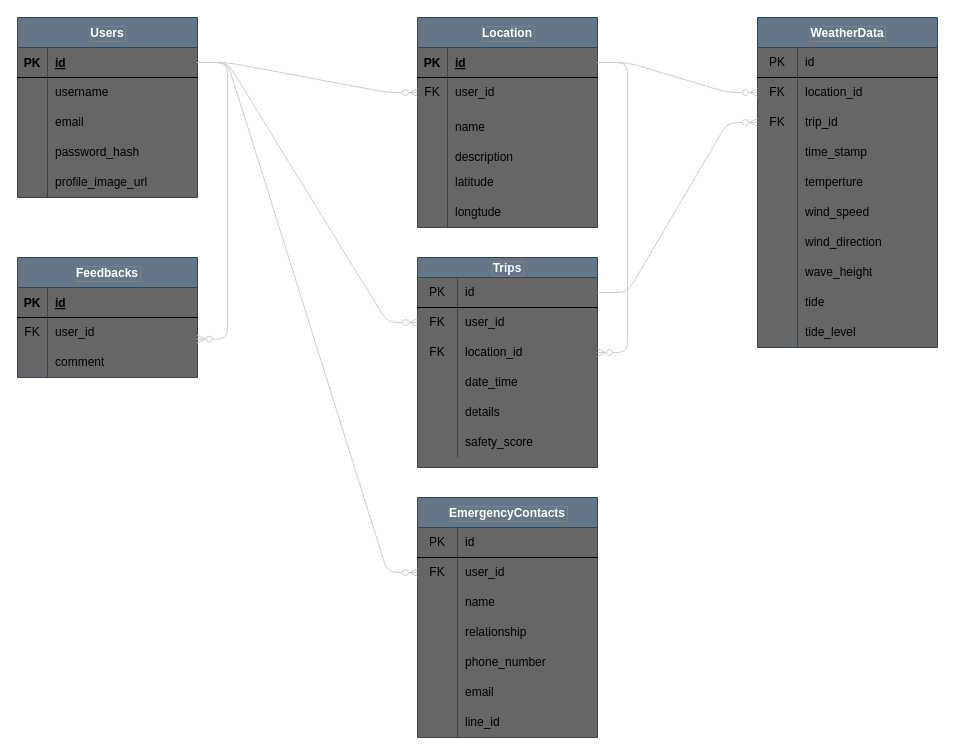
The draw.io diagram 開発設計書/DB/ER.drawio in ragna1123/safety_kayak_fishing_documents, before the edit. Source tidied: cells renumbered, new cells numbered last; positions are measured from the earlier drawing's top-left corner, leaving out a move shared by most shapes. Both pictures are drawn from the tidied source at 100%, with x=0, y=0 at pixel (17, 17).
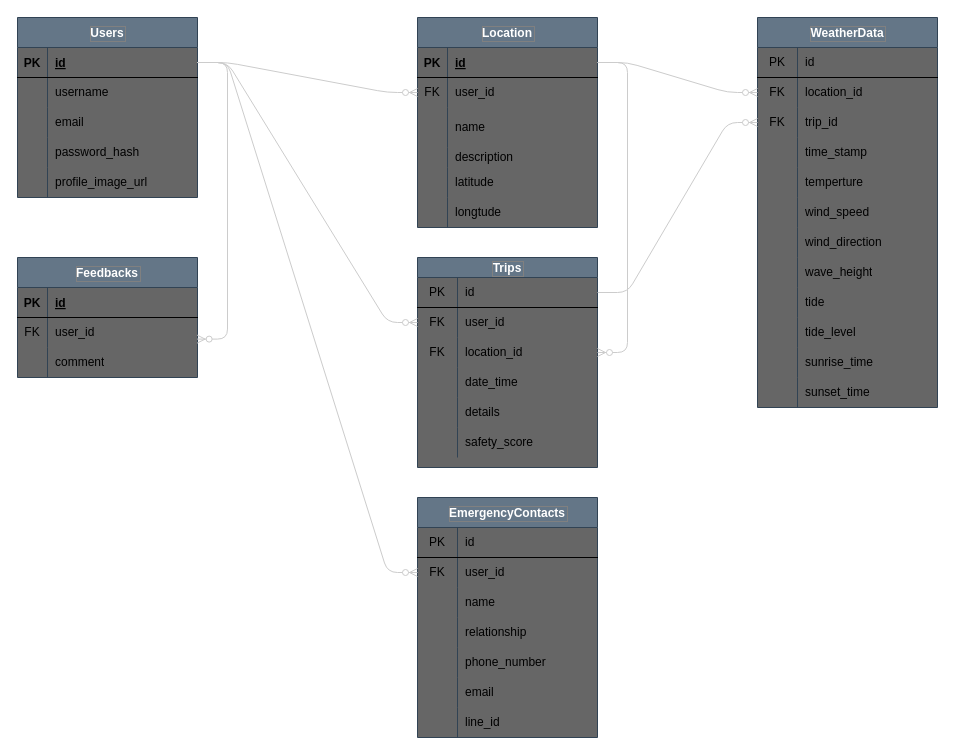
After the change.

The edit, as a diff of the source:
```diff
@@
     <mxCell id="93" value="WeatherData" style="shape=table;startSize=30;childLayout=tableLayout;rowLines=0;fontStyle=1;labelBackgroundColor=none;fillColor=#647687;strokeColor=#314354;fontColor=#FFFFFF;swimlaneFillColor=#666666;labelBorderColor=#808080;" parent="1" vertex="1">
-      <mxGeometry x="740" width="180" height="330" as="geometry" />
+      <mxGeometry x="740" width="180" height="390" as="geometry" />
     </mxCell>
@@
+    <mxCell id="126" style="shape=tableRow;horizontal=0;startSize=0;swimlaneHead=0;swimlaneBody=0;top=0;left=0;bottom=0;right=0;fillColor=none;" parent="93" vertex="1">
+      <mxGeometry y="330" width="180" height="30" as="geometry" />
+    </mxCell>
+    <mxCell id="127" style="shape=partialRectangle;html=1;whiteSpace=wrap;fillColor=none;top=0;left=0;bottom=0;right=0;overflow=hidden;" parent="126" vertex="1">
+      <mxGeometry width="40" height="30" as="geometry" />
+    </mxCell>
+    <mxCell id="128" value="sunrise_time" style="shape=partialRectangle;html=1;whiteSpace=wrap;fillColor=none;top=0;left=0;bottom=0;right=0;align=left;spacingLeft=6;overflow=hidden;" parent="126" vertex="1">
+      <mxGeometry x="40" width="140" height="30" as="geometry" />
+    </mxCell>
+    <mxCell id="129" style="shape=tableRow;horizontal=0;startSize=0;swimlaneHead=0;swimlaneBody=0;top=0;left=0;bottom=0;right=0;fillColor=none;" parent="93" vertex="1">
+      <mxGeometry y="360" width="180" height="30" as="geometry" />
+    </mxCell>
+    <mxCell id="130" style="shape=partialRectangle;html=1;whiteSpace=wrap;fillColor=none;top=0;left=0;bottom=0;right=0;overflow=hidden;" parent="129" vertex="1">
+      <mxGeometry width="40" height="30" as="geometry" />
+    </mxCell>
+    <mxCell id="131" value="sunset_time" style="shape=partialRectangle;html=1;whiteSpace=wrap;fillColor=none;top=0;left=0;bottom=0;right=0;align=left;spacingLeft=6;overflow=hidden;" parent="129" vertex="1">
+      <mxGeometry x="40" width="140" height="30" as="geometry" />
+    </mxCell>
```
